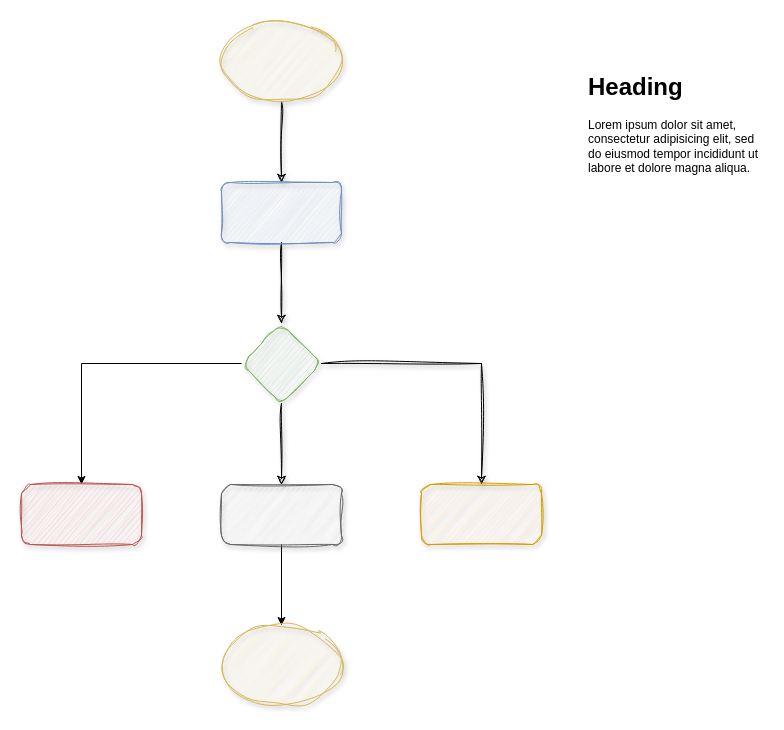
Earlier version of the draw.io diagram page "Blank" (1 of 2) of 未命名绘图.drawio (zhoumingjia/drawio). Source tidied: cells renumbered, new cells numbered last; positions are measured from the earlier drawing's top-left corner, leaving out a move shared by most shapes. Both pictures are drawn from the tidied source at 100%, with x=0, y=0 at pixel (21, 21).
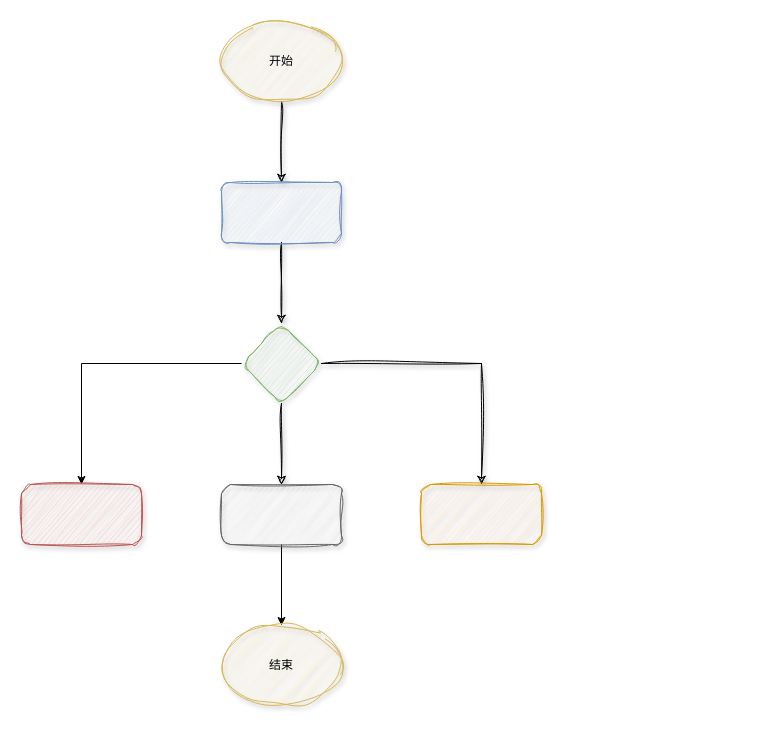
The same page after the edit.

What changed in the source:
```diff
@@
 <mxGraphModel>
   <root>
     <mxCell id="0" />
     <mxCell id="1" parent="0" />
     <mxCell id="2" style="edgeStyle=orthogonalEdgeStyle;rounded=0;jettySize=auto;html=1;sketch=1;curveFitting=1;jiggle=2;shadow=1;" parent="1" edge="1" source="3" target="5">
       <mxGeometry relative="1" as="geometry" />
     </mxCell>
-    <mxCell id="3" style="ellipse;whiteSpace=wrap;html=1;fillColor=#fff2cc;strokeColor=#d6b656;sketch=1;curveFitting=1;jiggle=2;shadow=1;" parent="1" vertex="1">
+    <mxCell id="3" value="开始" style="ellipse;whiteSpace=wrap;html=1;fillColor=#fff2cc;strokeColor=#d6b656;sketch=1;curveFitting=1;jiggle=2;shadow=1;" parent="1" vertex="1">
       <mxGeometry x="200" width="120" height="80" as="geometry" />
     </mxCell>
     <mxCell id="4" style="edgeStyle=orthogonalEdgeStyle;rounded=0;jettySize=auto;html=1;sketch=1;curveFitting=1;jiggle=2;shadow=1;" parent="1" edge="1" source="5" target="7">
       <mxGeometry relative="1" as="geometry" />
     </mxCell>
     <mxCell id="5" style="rounded=1;whiteSpace=wrap;html=1;fillColor=#dae8fc;strokeColor=#6c8ebf;sketch=1;curveFitting=1;jiggle=2;shadow=1;" parent="1" vertex="1">
       <mxGeometry x="200" y="161" width="120" height="60" as="geometry" />
     </mxCell>
     <mxCell id="6" style="edgeStyle=orthogonalEdgeStyle;rounded=0;jettySize=auto;html=1;entryX=0.5;entryY=0;entryDx=0;entryDy=0;" parent="1" edge="1" source="7" target="14">
       <mxGeometry relative="1" as="geometry" />
     </mxCell>
     <mxCell id="7" style="rhombus;whiteSpace=wrap;html=1;rounded=1;fillColor=#d5e8d4;strokeColor=#82b366;sketch=1;curveFitting=1;jiggle=2;shadow=1;" parent="1" vertex="1">
       <mxGeometry x="220" y="302" width="80" height="80" as="geometry" />
     </mxCell>
     <mxCell id="8" style="edgeStyle=orthogonalEdgeStyle;rounded=0;jettySize=auto;html=1;sketch=1;curveFitting=1;jiggle=2;shadow=1;" parent="1" edge="1" source="7" target="12">
       <mxGeometry relative="1" as="geometry" />
     </mxCell>
     <mxCell id="9" style="edgeStyle=orthogonalEdgeStyle;rounded=0;jettySize=auto;html=1;sketch=1;curveFitting=1;jiggle=2;shadow=1;" parent="1" edge="1" source="7" target="13">
       <mxGeometry relative="1" as="geometry" />
     </mxCell>
     <mxCell id="10" style="edgeStyle=orthogonalEdgeStyle;rounded=0;jettySize=auto;html=1;" parent="1" edge="1" source="12">
       <mxGeometry relative="1" as="geometry">
         <mxPoint x="260" y="604" as="targetPoint" />
       </mxGeometry>
     </mxCell>
-    <mxCell id="11" style="ellipse;whiteSpace=wrap;html=1;fillColor=#fff2cc;strokeColor=#d6b656;sketch=1;curveFitting=1;jiggle=2;shadow=1;" parent="1" vertex="1">
+    <mxCell id="11" value="结束" style="ellipse;whiteSpace=wrap;html=1;fillColor=#fff2cc;strokeColor=#d6b656;sketch=1;curveFitting=1;jiggle=2;shadow=1;" parent="1" vertex="1">
       <mxGeometry x="200" y="604" width="120" height="80" as="geometry" />
     </mxCell>
     <mxCell id="12" style="whiteSpace=wrap;html=1;rounded=1;fillColor=#f5f5f5;fontColor=#333333;strokeColor=#666666;sketch=1;curveFitting=1;jiggle=2;shadow=1;" parent="1" vertex="1">
       <mxGeometry x="200" y="463" width="120" height="60" as="geometry" />
     </mxCell>
     <mxCell id="13" style="whiteSpace=wrap;html=1;rounded=1;fillColor=#ffe6cc;strokeColor=#d79b00;sketch=1;curveFitting=1;jiggle=2;shadow=1;" parent="1" vertex="1">
       <mxGeometry x="400" y="463" width="120" height="60" as="geometry" />
     </mxCell>
     <mxCell id="14" style="whiteSpace=wrap;html=1;rounded=1;fillColor=#f8cecc;strokeColor=#b85450;sketch=1;curveFitting=1;jiggle=2;shadow=1;" parent="1" vertex="1">
       <mxGeometry y="463" width="120" height="60" as="geometry" />
     </mxCell>
-    <mxCell id="15" value="&lt;h1 style=&quot;margin-top: 0px;&quot;&gt;Heading&lt;/h1&gt;&lt;p&gt;Lorem ipsum dolor sit amet, consectetur adipisicing elit, sed do eiusmod tempor incididunt ut labore et dolore magna aliqua.&lt;/p&gt;" style="text;html=1;whiteSpace=wrap;overflow=hidden;rounded=0;" parent="1" vertex="1">
-      <mxGeometry x="565" y="45" width="180" height="120" as="geometry" />
-    </mxCell>
   </root>
 </mxGraphModel>
```
